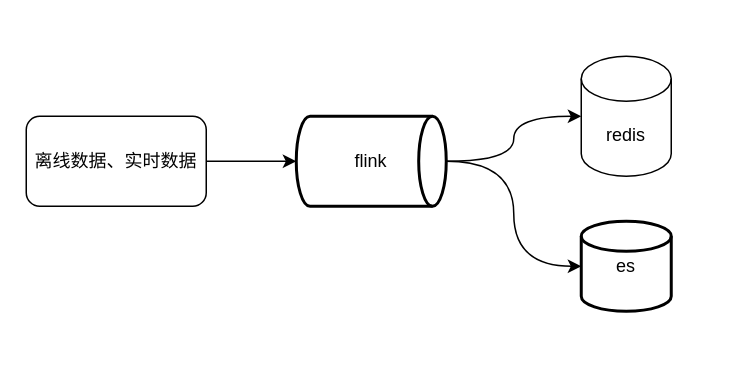
The draw.io diagram esToredis.drawio in jackie-coming/draw, before the edit. Source tidied: cells renumbered, new cells numbered last; positions are measured from the earlier drawing's top-left corner, leaving out a move shared by most shapes. Both pictures are drawn from the tidied source at 150%, with x=0, y=0 at pixel (26, 56).
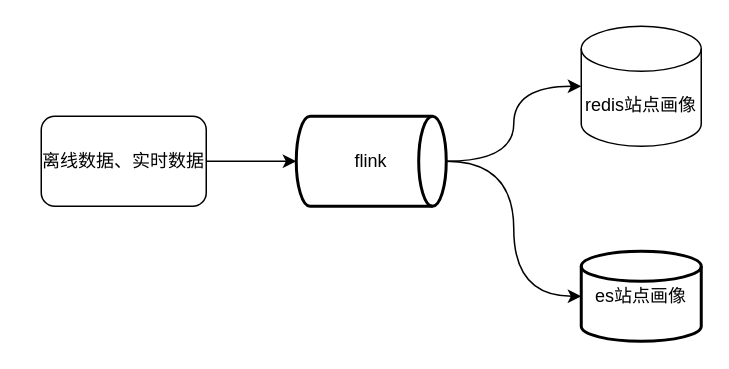
After the change.

What changed in the source:
```diff
@@
 <mxGraphModel>
   <root>
     <mxCell id="0" />
     <mxCell id="1" parent="0" />
     <mxCell id="2" value="离线数据、实时数据" style="rounded=1;whiteSpace=wrap;html=1;" parent="1" vertex="1">
-      <mxGeometry y="40" width="120" height="60" as="geometry" />
+      <mxGeometry x="10" y="40" width="110" height="60" as="geometry" />
     </mxCell>
-    <mxCell id="3" value="redis" style="shape=cylinder3;whiteSpace=wrap;html=1;boundedLbl=1;backgroundOutline=1;size=15;" parent="1" vertex="1">
-      <mxGeometry x="370" width="60" height="80" as="geometry" />
+    <mxCell id="3" value="redis站点画像" style="shape=cylinder3;whiteSpace=wrap;html=1;boundedLbl=1;backgroundOutline=1;size=15;" parent="1" vertex="1">
+      <mxGeometry x="370" y="-20" width="80" height="80" as="geometry" />
     </mxCell>
     <mxCell id="4" value="flink" style="strokeWidth=2;html=1;shape=mxgraph.flowchart.direct_data;whiteSpace=wrap;" parent="1" vertex="1">
       <mxGeometry x="180" y="40" width="100" height="60" as="geometry" />
     </mxCell>
-    <mxCell id="5" value="es" style="strokeWidth=2;html=1;shape=mxgraph.flowchart.database;whiteSpace=wrap;" parent="1" vertex="1">
-      <mxGeometry x="370" y="110" width="60" height="60" as="geometry" />
+    <mxCell id="5" value="es站点画像" style="strokeWidth=2;html=1;shape=mxgraph.flowchart.database;whiteSpace=wrap;" parent="1" vertex="1">
+      <mxGeometry x="370" y="130" width="80" height="60" as="geometry" />
     </mxCell>
     <mxCell id="6" style="edgeStyle=orthogonalEdgeStyle;rounded=0;jettySize=auto;html=1;entryX=0;entryY=0.5;entryDx=0;entryDy=0;entryPerimeter=0;" parent="1" edge="1" source="2" target="4">
       <mxGeometry relative="1" as="geometry" />
     </mxCell>
     <mxCell id="7" style="edgeStyle=orthogonalEdgeStyle;rounded=0;jettySize=auto;html=1;entryX=0;entryY=0.5;entryDx=0;entryDy=0;entryPerimeter=0;curved=1;" parent="1" edge="1" source="4" target="3">
       <mxGeometry relative="1" as="geometry" />
     </mxCell>
     <mxCell id="8" style="edgeStyle=orthogonalEdgeStyle;rounded=0;jettySize=auto;html=1;entryX=0;entryY=0.5;entryDx=0;entryDy=0;entryPerimeter=0;curved=1;" parent="1" edge="1" source="4" target="5">
       <mxGeometry relative="1" as="geometry" />
     </mxCell>
   </root>
 </mxGraphModel>
```
